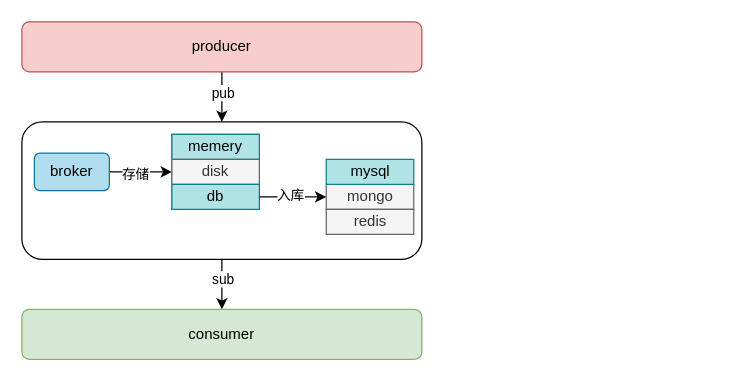
The draw.io diagram jihe/mq/ck-mq.drawio in oliverschen/draw.io, before the edit. Source tidied: cells renumbered, new cells numbered last; positions are measured from the earlier drawing's top-left corner, leaving out a move shared by most shapes. Both pictures are drawn from the tidied source at 125%, with x=0, y=0 at pixel (21, 21).
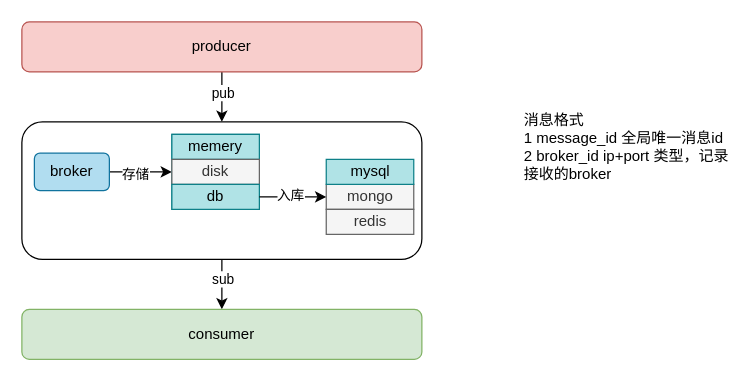
Above is the later version.

Commit message:
保存消息说明

What changed in the source:
```diff
@@
+    <mxCell id="22" value="消息格式&lt;br&gt;&lt;div&gt;&lt;span&gt;1&amp;nbsp;message_id&amp;nbsp;全局唯一消息id&lt;/span&gt;&lt;/div&gt;&lt;div&gt;&lt;span&gt;2&amp;nbsp;broker_id&amp;nbsp;ip+port&amp;nbsp;类型，记录接收的broker&lt;/span&gt;&lt;/div&gt;" style="text;html=1;strokeColor=none;fillColor=none;align=left;verticalAlign=middle;whiteSpace=wrap;rounded=0;" parent="1" vertex="1">
+      <mxGeometry x="400" y="65" width="170" height="70" as="geometry" />
+    </mxCell>
```
